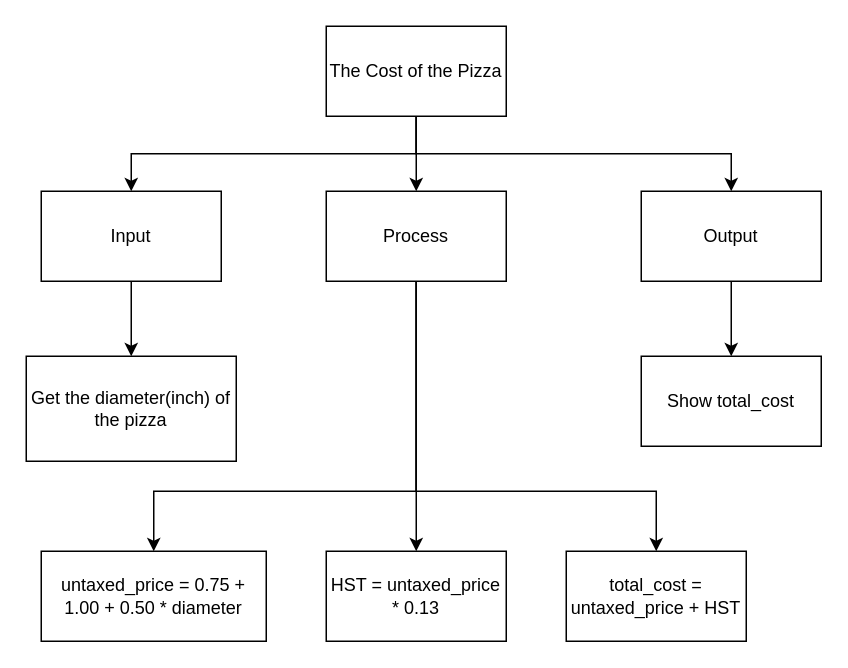
Before: design.top-down.drawio in Yiyun-Qin/ICS3U-Unit3-04-Python, a draw.io diagram. Source tidied: cells renumbered, new cells numbered last; positions are measured from the earlier drawing's top-left corner, leaving out a move shared by most shapes. Both pictures are drawn from the tidied source at 150%, with x=0, y=0 at pixel (26, 26).
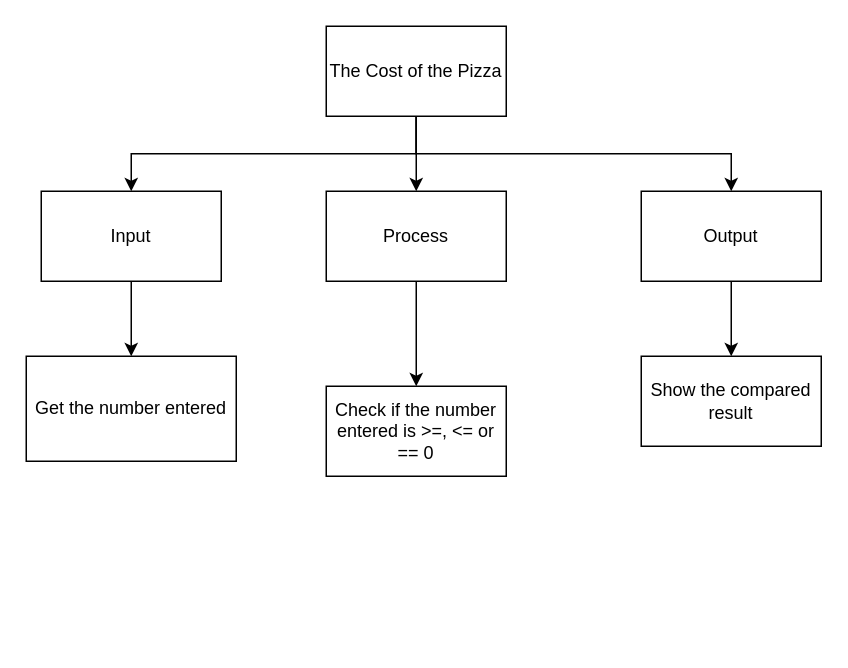
The same page after the edit.

The change refers to these unchanged cells:
```xml
<mxCell id="11" value="Process" style="rounded=0;whiteSpace=wrap;html=1;" parent="1" vertex="1">
  <mxGeometry x="200" y="110" width="120" height="60" as="geometry" />
</mxCell>
```

Change to the diagram source:
```diff
@@
-    <mxCell id="9" style="edgeStyle=orthogonalEdgeStyle;rounded=0;html=1;exitX=0.5;exitY=1;exitDx=0;exitDy=0;entryX=0.5;entryY=0;entryDx=0;entryDy=0;" parent="1" edge="1" source="11" target="15">
-      <mxGeometry relative="1" as="geometry">
-        <Array as="points">
-          <mxPoint x="260" y="310" />
-          <mxPoint x="85" y="310" />
-        </Array>
-      </mxGeometry>
-    </mxCell>
-    <mxCell id="10" style="edgeStyle=orthogonalEdgeStyle;rounded=0;html=1;exitX=0.5;exitY=1;exitDx=0;exitDy=0;entryX=0.5;entryY=0;entryDx=0;entryDy=0;" parent="1" edge="1" source="11" target="17">
-      <mxGeometry relative="1" as="geometry">
-        <Array as="points">
-          <mxPoint x="260" y="310" />
-          <mxPoint x="420" y="310" />
-        </Array>
-      </mxGeometry>
-    </mxCell>
@@
-    <mxCell id="14" value="Get the diameter(inch) of the pizza" style="rounded=0;whiteSpace=wrap;html=1;" parent="1" vertex="1">
+    <mxCell id="14" value="Get the number entered" style="rounded=0;whiteSpace=wrap;html=1;" parent="1" vertex="1">
       <mxGeometry y="220" width="140" height="70" as="geometry" />
     </mxCell>
-    <mxCell id="15" value="untaxed_price = 0.75 + 1.00 + 0.50 * diameter" style="rounded=0;whiteSpace=wrap;html=1;" parent="1" vertex="1">
-      <mxGeometry x="10" y="350" width="150" height="60" as="geometry" />
-    </mxCell>
-    <mxCell id="16" value="HST = untaxed_price * 0.13" style="rounded=0;whiteSpace=wrap;html=1;" parent="1" vertex="1">
-      <mxGeometry x="200" y="350" width="120" height="60" as="geometry" />
+    <mxCell id="16" value="Check if the number entered is &amp;gt;=, &amp;lt;= or == 0" style="rounded=0;whiteSpace=wrap;html=1;" parent="1" vertex="1">
+      <mxGeometry x="200" y="240" width="120" height="60" as="geometry" />
     </mxCell>
-    <mxCell id="17" value="total_cost = untaxed_price + HST" style="rounded=0;whiteSpace=wrap;html=1;" parent="1" vertex="1">
-      <mxGeometry x="360" y="350" width="120" height="60" as="geometry" />
-    </mxCell>
-    <mxCell id="18" value="Show total_cost" style="rounded=0;whiteSpace=wrap;html=1;" parent="1" vertex="1">
+    <mxCell id="18" value="Show the compared result" style="rounded=0;whiteSpace=wrap;html=1;" parent="1" vertex="1">
       <mxGeometry x="410" y="220" width="120" height="60" as="geometry" />
     </mxCell>
```
